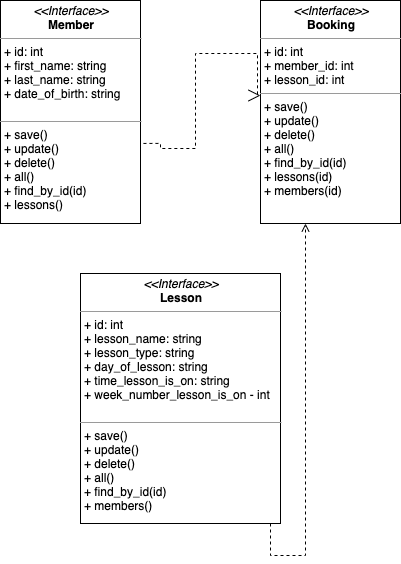
Before: ruby_project_gym_booking_system_plans/ruby_project_class_diagram.png, a diagram exported from draw.io (cjscrimmy/ruby_project_gym). Source tidied: cells renumbered, new cells last; positions are measured from the earlier drawing's top-left corner, leaving out a move shared by most shapes. The source it was exported from:
```xml
<mxGraphModel background="#ffffff">
  <root>
    <mxCell id="0" />
    <mxCell id="1" parent="0" />
    <mxCell id="2" value="&lt;p style=&quot;margin: 0px ; margin-top: 4px ; text-align: center&quot;&gt;&lt;i&gt;&amp;lt;&amp;lt;Interface&amp;gt;&amp;gt;&lt;/i&gt;&lt;br&gt;&lt;b&gt;Member&lt;/b&gt;&lt;/p&gt;&lt;hr size=&quot;1&quot;&gt;&lt;p style=&quot;margin: 0px ; margin-left: 4px&quot;&gt;+ id: int&lt;br&gt;+ first_name: string&lt;/p&gt;&lt;p style=&quot;margin: 0px 0px 0px 4px&quot;&gt;+ last_name: string&lt;/p&gt;&lt;p style=&quot;margin: 0px 0px 0px 4px&quot;&gt;+ date_of_birth: string&lt;/p&gt;&lt;p style=&quot;margin: 0px 0px 0px 4px&quot;&gt;&lt;br&gt;&lt;/p&gt;&lt;hr size=&quot;1&quot;&gt;&lt;p style=&quot;margin: 0px ; margin-left: 4px&quot;&gt;+ save()&lt;br&gt;+ update()&lt;/p&gt;&lt;p style=&quot;margin: 0px ; margin-left: 4px&quot;&gt;+ delete()&lt;br&gt;&lt;/p&gt;&lt;p style=&quot;margin: 0px ; margin-left: 4px&quot;&gt;+ all()&lt;br&gt;&lt;/p&gt;&lt;p style=&quot;margin: 0px ; margin-left: 4px&quot;&gt;+ find_by_id(id)&lt;br&gt;&lt;/p&gt;&lt;p style=&quot;margin: 0px ; margin-left: 4px&quot;&gt;+ lessons()&lt;br&gt;&lt;/p&gt;" style="verticalAlign=top;align=left;overflow=fill;fontSize=12;fontFamily=Helvetica;html=1;rounded=0;shadow=0;comic=0;labelBackgroundColor=none;strokeWidth=1;" parent="1" vertex="1">
      <mxGeometry width="140" height="223" as="geometry" />
    </mxCell>
    <mxCell id="3" value="&lt;p style=&quot;margin: 0px ; margin-top: 4px ; text-align: center&quot;&gt;&lt;i&gt;&amp;lt;&amp;lt;Interface&amp;gt;&amp;gt;&lt;/i&gt;&lt;br&gt;&lt;b&gt;Booking&lt;/b&gt;&lt;/p&gt;&lt;hr size=&quot;1&quot;&gt;&lt;p style=&quot;margin: 0px ; margin-left: 4px&quot;&gt;+ id: int&lt;br&gt;+ member_id: int&lt;/p&gt;&lt;p style=&quot;margin: 0px ; margin-left: 4px&quot;&gt;+ lesson_id: int&lt;br&gt;&lt;/p&gt;&lt;hr size=&quot;1&quot;&gt;&lt;p style=&quot;margin: 0px 0px 0px 4px&quot;&gt;+ save()&lt;br&gt;+ update()&lt;/p&gt;&lt;p style=&quot;margin: 0px 0px 0px 4px&quot;&gt;+ delete()&lt;br&gt;&lt;/p&gt;&lt;p style=&quot;margin: 0px 0px 0px 4px&quot;&gt;+ all()&lt;br&gt;&lt;/p&gt;&lt;p style=&quot;margin: 0px 0px 0px 4px&quot;&gt;+ find_by_id(id)&lt;/p&gt;&lt;p style=&quot;margin: 0px 0px 0px 4px&quot;&gt;+ lessons(id)&lt;br&gt;&lt;/p&gt;&lt;p style=&quot;margin: 0px 0px 0px 4px&quot;&gt;+ members(id)&lt;br&gt;&lt;/p&gt;" style="verticalAlign=top;align=left;overflow=fill;fontSize=12;fontFamily=Helvetica;html=1;rounded=0;shadow=0;comic=0;labelBackgroundColor=none;strokeWidth=1;" parent="1" vertex="1">
      <mxGeometry x="260" width="140" height="223" as="geometry" />
    </mxCell>
    <mxCell id="4" style="edgeStyle=orthogonalEdgeStyle;rounded=0;html=1;dashed=1;labelBackgroundColor=none;startFill=0;endArrow=open;endFill=0;fontFamily=Verdana;fontSize=10;" parent="1" edge="1" source="5" target="3">
      <mxGeometry relative="1" as="geometry">
        <Array as="points">
          <mxPoint x="270" y="555" />
          <mxPoint x="305" y="555" />
        </Array>
      </mxGeometry>
    </mxCell>
    <mxCell id="5" value="&lt;p style=&quot;margin: 0px ; margin-top: 4px ; text-align: center&quot;&gt;&lt;i&gt;&amp;lt;&amp;lt;Interface&amp;gt;&amp;gt;&lt;/i&gt;&lt;br&gt;&lt;b&gt;Lesson&lt;/b&gt;&lt;/p&gt;&lt;hr size=&quot;1&quot;&gt;&lt;p style=&quot;margin: 0px ; margin-left: 4px&quot;&gt;+ id: int&lt;br&gt;+ lesson_name: string&lt;/p&gt;&lt;p style=&quot;margin: 0px ; margin-left: 4px&quot;&gt;+ lesson_type: string&lt;br&gt;+ day_of_lesson: string&lt;/p&gt;&lt;p style=&quot;margin: 0px ; margin-left: 4px&quot;&gt;+ time_lesson_is_on: string&lt;br&gt;+ week_number_lesson_is_on - int&lt;br&gt;&lt;/p&gt;&lt;p style=&quot;margin: 0px ; margin-left: 4px&quot;&gt;&lt;br&gt;&lt;/p&gt;&lt;hr size=&quot;1&quot;&gt;&lt;p style=&quot;margin: 0px 0px 0px 4px&quot;&gt;+ save()&lt;br&gt;+ update()&lt;/p&gt;&lt;p style=&quot;margin: 0px 0px 0px 4px&quot;&gt;+ delete()&lt;br&gt;&lt;/p&gt;&lt;p style=&quot;margin: 0px 0px 0px 4px&quot;&gt;+ all()&lt;br&gt;&lt;/p&gt;&lt;p style=&quot;margin: 0px 0px 0px 4px&quot;&gt;+ find_by_id(id)&lt;br&gt;&lt;/p&gt;&lt;p style=&quot;margin: 0px 0px 0px 4px&quot;&gt;+ members()&lt;/p&gt;" style="verticalAlign=top;align=left;overflow=fill;fontSize=12;fontFamily=Helvetica;html=1;rounded=0;shadow=0;comic=0;labelBackgroundColor=none;strokeWidth=1;" parent="1" vertex="1">
      <mxGeometry x="80" y="273" width="200" height="250" as="geometry" />
    </mxCell>
    <mxCell id="6" style="edgeStyle=orthogonalEdgeStyle;rounded=0;html=1;dashed=1;labelBackgroundColor=none;startFill=0;endArrow=open;endFill=0;endSize=10;fontFamily=Verdana;fontSize=10;exitX=1.021;exitY=0.641;exitDx=0;exitDy=0;exitPerimeter=0;" parent="1" edge="1" source="2" target="3">
      <mxGeometry relative="1" as="geometry">
        <Array as="points">
          <mxPoint x="160" y="143" />
          <mxPoint x="160" y="148" />
          <mxPoint x="195" y="148" />
          <mxPoint x="195" y="53" />
          <mxPoint x="257" y="53" />
          <mxPoint x="257" y="95" />
        </Array>
      </mxGeometry>
    </mxCell>
  </root>
</mxGraphModel>
```
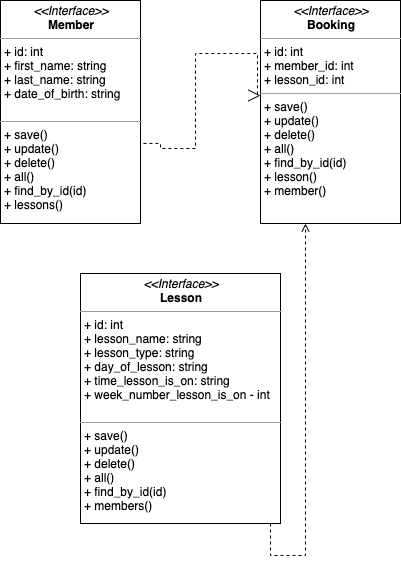
Above is the later version.

Commit message:
update class and database diagrams

Diff of the diagram source:
```diff
@@ -5,7 +5,7 @@
     <mxCell id="2" value="&lt;p style=&quot;margin: 0px ; margin-top: 4px ; text-align: center&quot;&gt;&lt;i&gt;&amp;lt;&amp;lt;Interface&amp;gt;&amp;gt;&lt;/i&gt;&lt;br&gt;&lt;b&gt;Member&lt;/b&gt;&lt;/p&gt;&lt;hr size=&quot;1&quot;&gt;&lt;p style=&quot;margin: 0px ; margin-left: 4px&quot;&gt;+ id: int&lt;br&gt;+ first_name: string&lt;/p&gt;&lt;p style=&quot;margin: 0px 0px 0px 4px&quot;&gt;+ last_name: string&lt;/p&gt;&lt;p style=&quot;margin: 0px 0px 0px 4px&quot;&gt;+ date_of_birth: string&lt;/p&gt;&lt;p style=&quot;margin: 0px 0px 0px 4px&quot;&gt;&lt;br&gt;&lt;/p&gt;&lt;hr size=&quot;1&quot;&gt;&lt;p style=&quot;margin: 0px ; margin-left: 4px&quot;&gt;+ save()&lt;br&gt;+ update()&lt;/p&gt;&lt;p style=&quot;margin: 0px ; margin-left: 4px&quot;&gt;+ delete()&lt;br&gt;&lt;/p&gt;&lt;p style=&quot;margin: 0px ; margin-left: 4px&quot;&gt;+ all()&lt;br&gt;&lt;/p&gt;&lt;p style=&quot;margin: 0px ; margin-left: 4px&quot;&gt;+ find_by_id(id)&lt;br&gt;&lt;/p&gt;&lt;p style=&quot;margin: 0px ; margin-left: 4px&quot;&gt;+ lessons()&lt;br&gt;&lt;/p&gt;" style="verticalAlign=top;align=left;overflow=fill;fontSize=12;fontFamily=Helvetica;html=1;rounded=0;shadow=0;comic=0;labelBackgroundColor=none;strokeWidth=1;" parent="1" vertex="1">
       <mxGeometry width="140" height="223" as="geometry" />
     </mxCell>
-    <mxCell id="3" value="&lt;p style=&quot;margin: 0px ; margin-top: 4px ; text-align: center&quot;&gt;&lt;i&gt;&amp;lt;&amp;lt;Interface&amp;gt;&amp;gt;&lt;/i&gt;&lt;br&gt;&lt;b&gt;Booking&lt;/b&gt;&lt;/p&gt;&lt;hr size=&quot;1&quot;&gt;&lt;p style=&quot;margin: 0px ; margin-left: 4px&quot;&gt;+ id: int&lt;br&gt;+ member_id: int&lt;/p&gt;&lt;p style=&quot;margin: 0px ; margin-left: 4px&quot;&gt;+ lesson_id: int&lt;br&gt;&lt;/p&gt;&lt;hr size=&quot;1&quot;&gt;&lt;p style=&quot;margin: 0px 0px 0px 4px&quot;&gt;+ save()&lt;br&gt;+ update()&lt;/p&gt;&lt;p style=&quot;margin: 0px 0px 0px 4px&quot;&gt;+ delete()&lt;br&gt;&lt;/p&gt;&lt;p style=&quot;margin: 0px 0px 0px 4px&quot;&gt;+ all()&lt;br&gt;&lt;/p&gt;&lt;p style=&quot;margin: 0px 0px 0px 4px&quot;&gt;+ find_by_id(id)&lt;/p&gt;&lt;p style=&quot;margin: 0px 0px 0px 4px&quot;&gt;+ lessons(id)&lt;br&gt;&lt;/p&gt;&lt;p style=&quot;margin: 0px 0px 0px 4px&quot;&gt;+ members(id)&lt;br&gt;&lt;/p&gt;" style="verticalAlign=top;align=left;overflow=fill;fontSize=12;fontFamily=Helvetica;html=1;rounded=0;shadow=0;comic=0;labelBackgroundColor=none;strokeWidth=1;" parent="1" vertex="1">
+    <mxCell id="3" value="&lt;p style=&quot;margin: 0px ; margin-top: 4px ; text-align: center&quot;&gt;&lt;i&gt;&amp;lt;&amp;lt;Interface&amp;gt;&amp;gt;&lt;/i&gt;&lt;br&gt;&lt;b&gt;Booking&lt;/b&gt;&lt;/p&gt;&lt;hr size=&quot;1&quot;&gt;&lt;p style=&quot;margin: 0px ; margin-left: 4px&quot;&gt;+ id: int&lt;br&gt;+ member_id: int&lt;/p&gt;&lt;p style=&quot;margin: 0px ; margin-left: 4px&quot;&gt;+ lesson_id: int&lt;br&gt;&lt;/p&gt;&lt;hr size=&quot;1&quot;&gt;&lt;p style=&quot;margin: 0px 0px 0px 4px&quot;&gt;+ save()&lt;br&gt;+ update()&lt;/p&gt;&lt;p style=&quot;margin: 0px 0px 0px 4px&quot;&gt;+ delete()&lt;br&gt;&lt;/p&gt;&lt;p style=&quot;margin: 0px 0px 0px 4px&quot;&gt;+ all()&lt;br&gt;&lt;/p&gt;&lt;p style=&quot;margin: 0px 0px 0px 4px&quot;&gt;+ find_by_id(id)&lt;/p&gt;&lt;p style=&quot;margin: 0px 0px 0px 4px&quot;&gt;+ lesson()&lt;br&gt;&lt;/p&gt;&lt;p style=&quot;margin: 0px 0px 0px 4px&quot;&gt;+ member()&lt;br&gt;&lt;/p&gt;" style="verticalAlign=top;align=left;overflow=fill;fontSize=12;fontFamily=Helvetica;html=1;rounded=0;shadow=0;comic=0;labelBackgroundColor=none;strokeWidth=1;" parent="1" vertex="1">
       <mxGeometry x="260" width="140" height="223" as="geometry" />
     </mxCell>
     <mxCell id="4" style="edgeStyle=orthogonalEdgeStyle;rounded=0;html=1;dashed=1;labelBackgroundColor=none;startFill=0;endArrow=open;endFill=0;fontFamily=Verdana;fontSize=10;" parent="1" edge="1" source="5" target="3">
```
